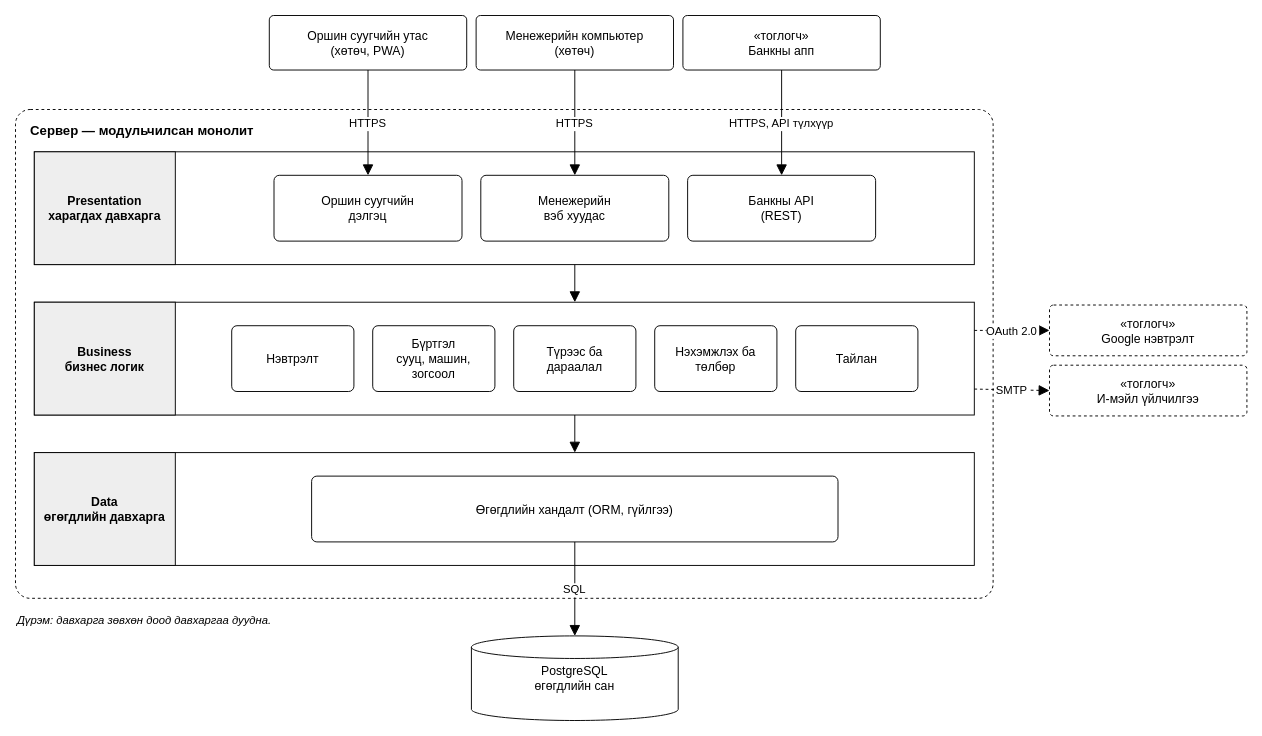
This is docs/drawio/lab5-architecture.drawio from Uuganaaa12/suh-burtgel, a draw.io file, before an edit. Source tidied: cells renumbered, new cells numbered last; positions are measured from the earlier drawing's top-left corner, leaving out a move shared by most shapes. Both pictures are drawn from the tidied source at 94%, with x=0, y=0 at pixel (15, 15).
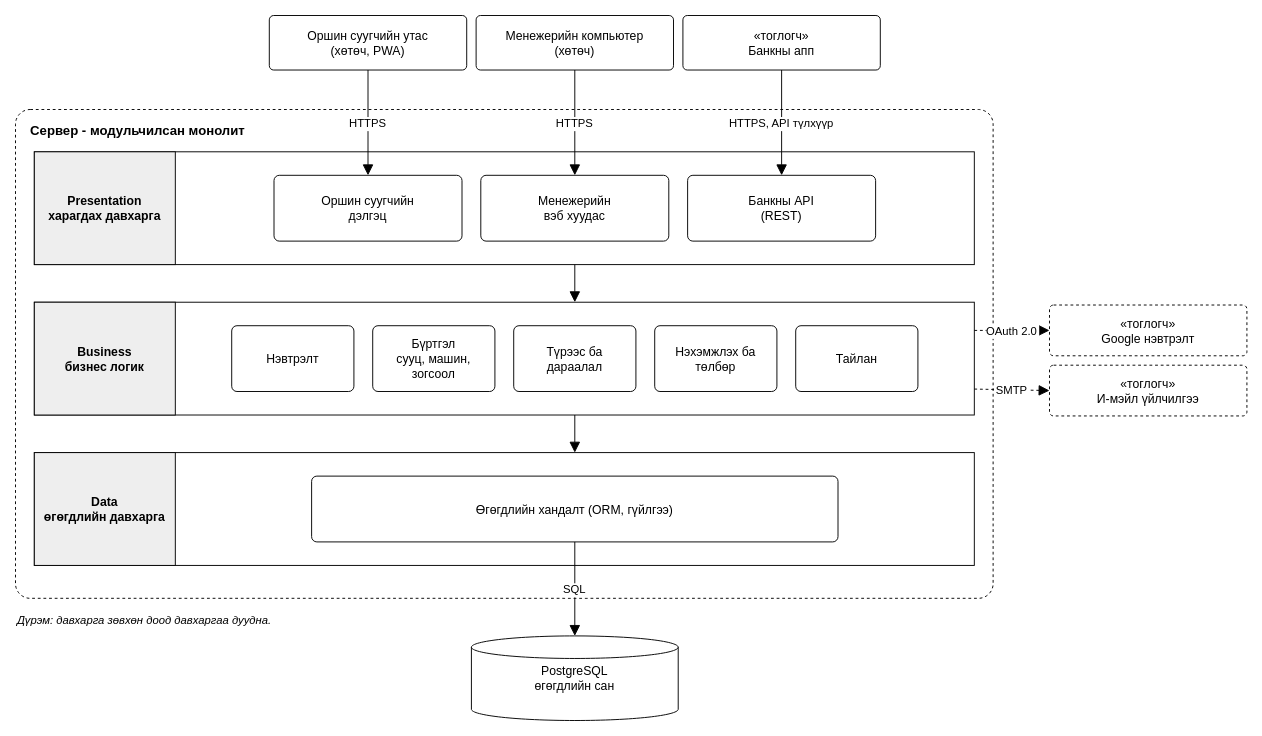
Above is the later version.

What changed in the source:
```diff
@@
-    <mxCell id="5" value="Сервер — модульчилсан монолит" style="html=0;whiteSpace=nowrap;fontFamily=Helvetica;rounded=1;arcSize=3;fillColor=none;dashed=1;verticalAlign=top;align=left;spacingLeft=14;spacingTop=8;fontSize=14;fontStyle=1;" parent="1" vertex="1">
+    <mxCell id="5" value="Сервер - модульчилсан монолит" style="html=0;whiteSpace=nowrap;fontFamily=Helvetica;rounded=1;arcSize=3;fillColor=none;dashed=1;verticalAlign=top;align=left;spacingLeft=14;spacingTop=8;fontSize=14;fontStyle=1;" parent="1" vertex="1">
       <mxGeometry y="100" width="1040" height="520" as="geometry" />
     </mxCell>
```
